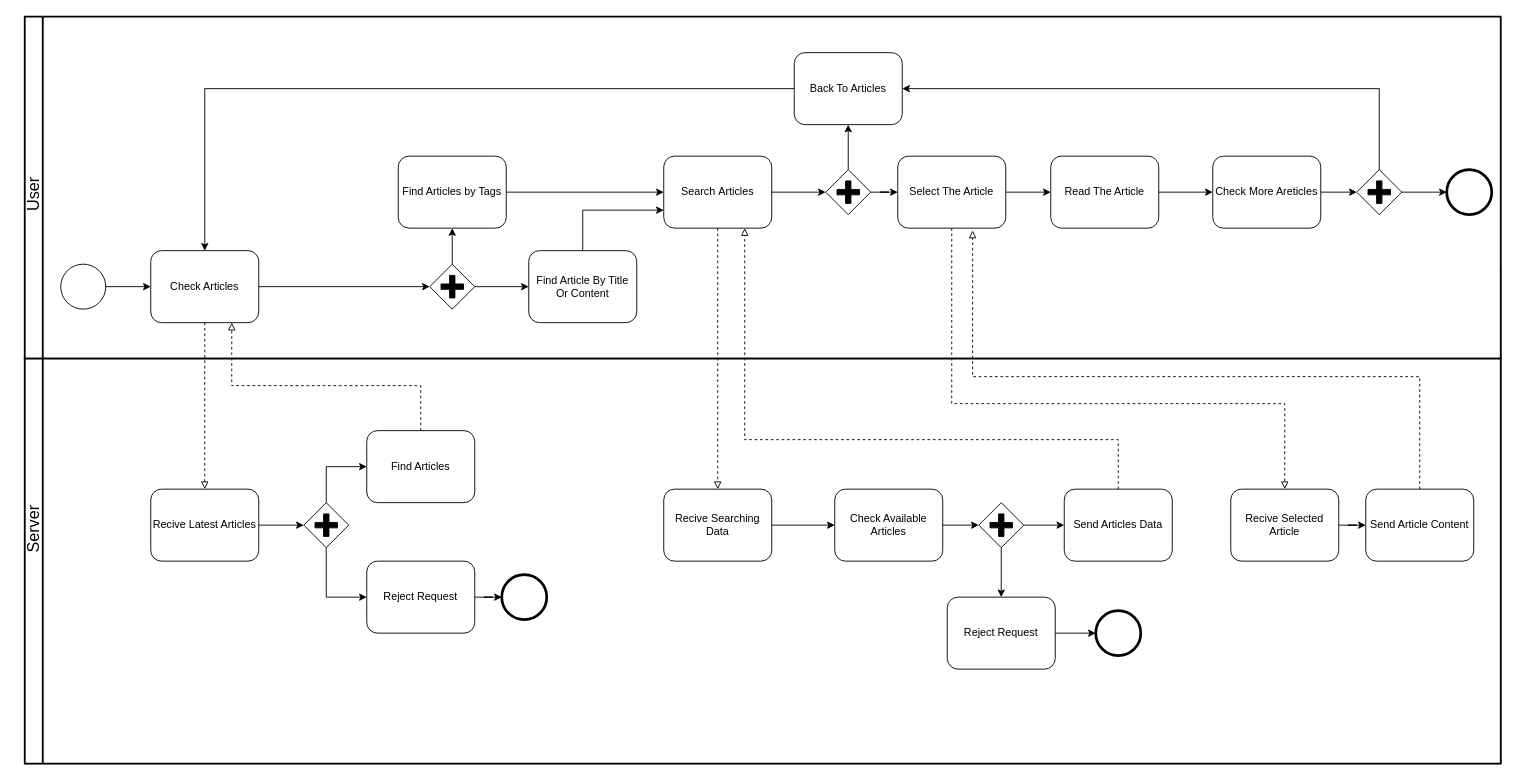
The draw.io diagram Диаграммы/BPMN.drawio in 0hJonny/Diplom_60701_, before the edit. Source tidied: cells renumbered, new cells numbered last; positions are measured from the earlier drawing's top-left corner, leaving out a move shared by most shapes. Both pictures are drawn from the tidied source at 90%, with x=0, y=0 at pixel (-3, 16).
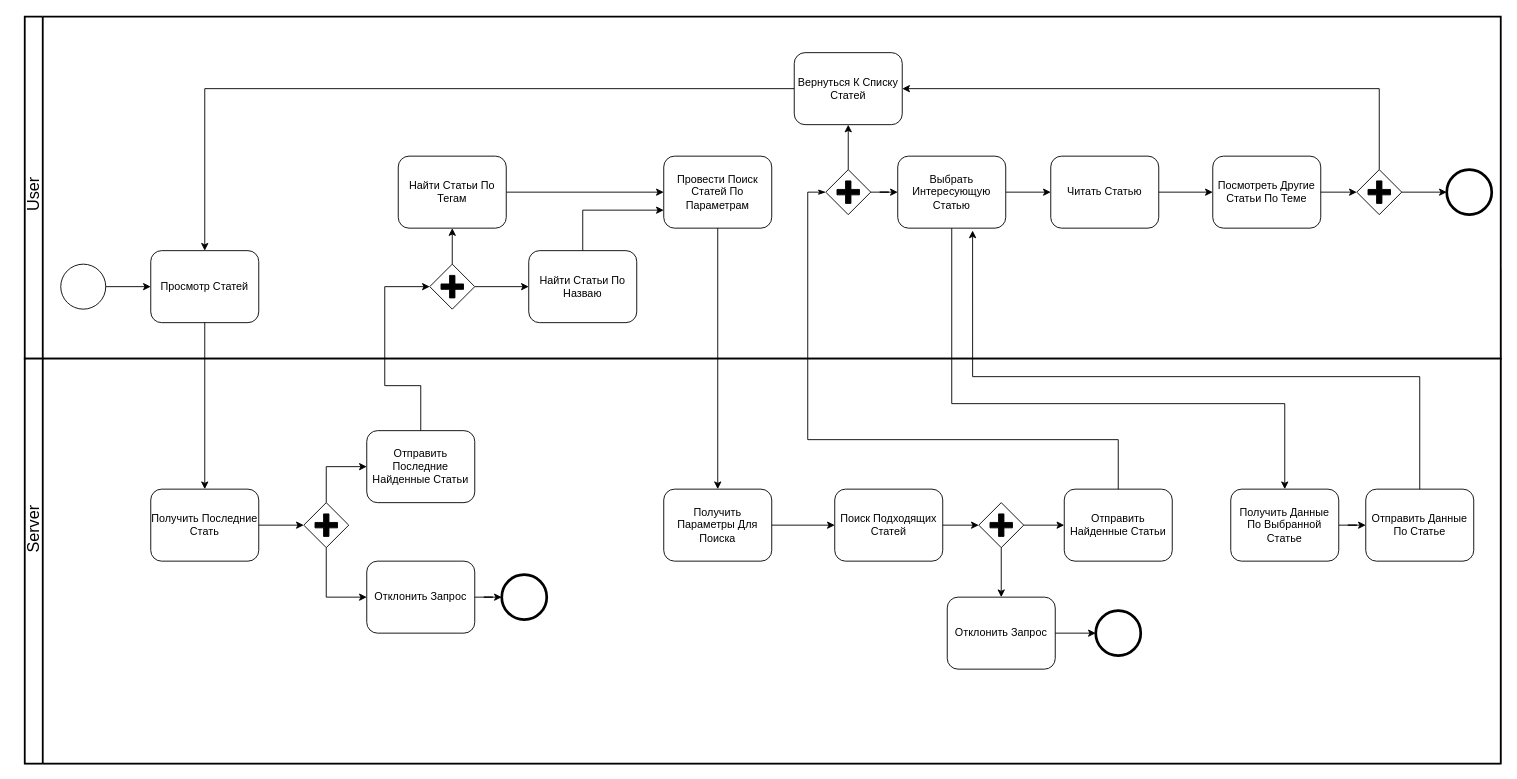
Above is the later version.

The change refers to these unchanged cells:
```xml
<mxCell id="2" style="swimlane;html=1;startSize=20;fontStyle=0;horizontal=0;swimlaneLine=0;fillColor=none;whiteSpace=wrap;" parent="1" vertex="1">
  <mxGeometry x="30" y="280" width="1640" height="550" as="geometry" />
</mxCell>
<mxCell id="3" style="swimlane;html=1;startSize=20;fontStyle=0;horizontal=0;swimlaneLine=1;swimlaneFillColor=#ffffff;strokeWidth=2;whiteSpace=wrap;" parent="2" vertex="1">
  <mxGeometry y="-280" width="1640" height="380" as="geometry" />
</mxCell>
<mxCell id="17" style="points=[[0.25,0.25,0],[0.5,0,0],[0.75,0.25,0],[1,0.5,0],[0.75,0.75,0],[0.5,1,0],[0.25,0.75,0],[0,0.5,0]];shape=mxgraph.bpmn.gateway2;html=1;verticalLabelPosition=bottom;labelBackgroundColor=#ffffff;verticalAlign=top;align=center;perimeter=rhombusPerimeter;outlineConnect=0;outline=none;symbol=none;gwType=parallel;" parent="3" vertex="1">
  <mxGeometry x="450" y="275" width="50" height="50" as="geometry" />
</mxCell>
<mxCell id="18" style="points=[[0.25,0.25,0],[0.5,0,0],[0.75,0.25,0],[1,0.5,0],[0.75,0.75,0],[0.5,1,0],[0.25,0.75,0],[0,0.5,0]];shape=mxgraph.bpmn.gateway2;html=1;verticalLabelPosition=bottom;labelBackgroundColor=#ffffff;verticalAlign=top;align=center;perimeter=rhombusPerimeter;outlineConnect=0;outline=none;symbol=none;gwType=parallel;" parent="3" vertex="1">
  <mxGeometry x="890" y="170" width="50" height="50" as="geometry" />
</mxCell>
<mxCell id="33" style="swimlane;html=1;startSize=20;fontStyle=0;horizontal=0;swimlaneLine=1;swimlaneFillColor=#ffffff;strokeWidth=2;whiteSpace=wrap;" parent="2" vertex="1">
  <mxGeometry y="100" width="1640" height="450" as="geometry" />
</mxCell>
```

Diff of the diagram source:
```diff
@@
-    <mxCell id="5" value="Check Articles" style="shape=ext;rounded=1;html=1;whiteSpace=wrap;" parent="3" vertex="1">
+    <mxCell id="5" value="Просмотр Статей" style="shape=ext;rounded=1;html=1;whiteSpace=wrap;" parent="3" vertex="1">
       <mxGeometry x="140" y="260" width="120" height="80" as="geometry" />
     </mxCell>
@@
-    <mxCell id="7" value="Search&amp;nbsp;Articles" style="shape=ext;rounded=1;html=1;whiteSpace=wrap;" parent="3" vertex="1">
+    <mxCell id="7" value="Провести Поиск Статей По Параметрам" style="shape=ext;rounded=1;html=1;whiteSpace=wrap;" parent="3" vertex="1">
       <mxGeometry x="710" y="155" width="120" height="80" as="geometry" />
     </mxCell>
@@
-    <mxCell id="9" value="Find Articles by Tags" style="shape=ext;rounded=1;html=1;whiteSpace=wrap;" parent="3" vertex="1">
+    <mxCell id="9" value="Найти Статьи По Тегам" style="shape=ext;rounded=1;html=1;whiteSpace=wrap;" parent="3" vertex="1">
       <mxGeometry x="415" y="155" width="120" height="80" as="geometry" />
     </mxCell>
@@
-    <mxCell id="11" value="Find Article By Title Or Content" style="shape=ext;rounded=1;html=1;whiteSpace=wrap;" parent="3" vertex="1">
+    <mxCell id="11" value="Найти Статьи По Назваю" style="shape=ext;rounded=1;html=1;whiteSpace=wrap;" parent="3" vertex="1">
       <mxGeometry x="560" y="260" width="120" height="80" as="geometry" />
     </mxCell>
-    <mxCell id="12" value="Read The Article" style="shape=ext;rounded=1;html=1;whiteSpace=wrap;" parent="3" vertex="1">
+    <mxCell id="12" value="Читать Статью" style="shape=ext;rounded=1;html=1;whiteSpace=wrap;" parent="3" vertex="1">
       <mxGeometry x="1140" y="155" width="120" height="80" as="geometry" />
     </mxCell>
@@
-    <mxCell id="14" style="edgeStyle=orthogonalEdgeStyle;rounded=0;jettySize=auto;html=1;entryX=0;entryY=0.5;entryDx=0;entryDy=0;entryPerimeter=0;" parent="3" edge="1" source="5" target="17">
-      <mxGeometry relative="1" as="geometry" />
-    </mxCell>
@@
-    <mxCell id="19" style="edgeStyle=orthogonalEdgeStyle;rounded=0;jettySize=auto;html=1;entryX=0;entryY=0.5;entryDx=0;entryDy=0;entryPerimeter=0;" parent="3" edge="1" source="7" target="18">
-      <mxGeometry relative="1" as="geometry" />
-    </mxCell>
@@
-    <mxCell id="21" value="Select The Article" style="shape=ext;rounded=1;html=1;whiteSpace=wrap;" parent="3" vertex="1">
+    <mxCell id="21" value="Выбрать Интересующую Статью" style="shape=ext;rounded=1;html=1;whiteSpace=wrap;" parent="3" vertex="1">
       <mxGeometry x="970" y="155" width="120" height="80" as="geometry" />
     </mxCell>
@@
-    <mxCell id="24" value="Back To Articles" style="shape=ext;rounded=1;html=1;whiteSpace=wrap;" parent="3" vertex="1">
+    <mxCell id="24" value="Вернуться К Списку Статей" style="shape=ext;rounded=1;html=1;whiteSpace=wrap;" parent="3" vertex="1">
       <mxGeometry x="855" y="40" width="120" height="80" as="geometry" />
     </mxCell>
@@
-    <mxCell id="26" value="Check More Areticles" style="shape=ext;rounded=1;html=1;whiteSpace=wrap;" parent="3" vertex="1">
+    <mxCell id="26" value="Посмотреть Другие Статьи По Теме" style="shape=ext;rounded=1;html=1;whiteSpace=wrap;" parent="3" vertex="1">
       <mxGeometry x="1320" y="155" width="120" height="80" as="geometry" />
     </mxCell>
@@
-    <mxCell id="34" value="Recive Latest Articles" style="shape=ext;rounded=1;html=1;whiteSpace=wrap;" parent="33" vertex="1">
+    <mxCell id="34" value="Получить Последние Стать" style="shape=ext;rounded=1;html=1;whiteSpace=wrap;" parent="33" vertex="1">
       <mxGeometry x="140" y="145" width="120" height="80" as="geometry" />
     </mxCell>
@@
-    <mxCell id="37" value="Find Articles" style="shape=ext;rounded=1;html=1;whiteSpace=wrap;" parent="33" vertex="1">
+    <mxCell id="37" value="Отправить Последние Найденные Статьи" style="shape=ext;rounded=1;html=1;whiteSpace=wrap;" parent="33" vertex="1">
       <mxGeometry x="380" y="80" width="120" height="80" as="geometry" />
     </mxCell>
@@
-    <mxCell id="40" value="Reject Request" style="shape=ext;rounded=1;html=1;whiteSpace=wrap;" parent="33" vertex="1">
+    <mxCell id="40" value="Отклонить Запрос" style="shape=ext;rounded=1;html=1;whiteSpace=wrap;" parent="33" vertex="1">
       <mxGeometry x="380" y="225" width="120" height="80" as="geometry" />
     </mxCell>
@@
-    <mxCell id="43" value="Recive Searching Data" style="shape=ext;rounded=1;html=1;whiteSpace=wrap;" parent="33" vertex="1">
+    <mxCell id="43" value="Получить Параметры Для Поиска" style="shape=ext;rounded=1;html=1;whiteSpace=wrap;" parent="33" vertex="1">
       <mxGeometry x="710" y="145" width="120" height="80" as="geometry" />
     </mxCell>
-    <mxCell id="44" value="Check Available Articles" style="shape=ext;rounded=1;html=1;whiteSpace=wrap;" parent="33" vertex="1">
+    <mxCell id="44" value="Поиск Подходящих Статей" style="shape=ext;rounded=1;html=1;whiteSpace=wrap;" parent="33" vertex="1">
       <mxGeometry x="900" y="145" width="120" height="80" as="geometry" />
     </mxCell>
@@
-    <mxCell id="48" value="Reject Request" style="shape=ext;rounded=1;html=1;whiteSpace=wrap;" parent="33" vertex="1">
+    <mxCell id="48" value="Отклонить Запрос" style="shape=ext;rounded=1;html=1;whiteSpace=wrap;" parent="33" vertex="1">
       <mxGeometry x="1025" y="265" width="120" height="80" as="geometry" />
     </mxCell>
@@
-    <mxCell id="52" value="Send Articles Data" style="shape=ext;rounded=1;html=1;whiteSpace=wrap;" parent="33" vertex="1">
+    <mxCell id="52" value="Отправить Найденные Статьи" style="shape=ext;rounded=1;html=1;whiteSpace=wrap;" parent="33" vertex="1">
       <mxGeometry x="1155" y="145" width="120" height="80" as="geometry" />
     </mxCell>
@@
-    <mxCell id="56" value="Recive Selected Article" style="shape=ext;rounded=1;html=1;whiteSpace=wrap;" parent="33" vertex="1">
+    <mxCell id="56" value="Получить Данные По Выбранной Статье" style="shape=ext;rounded=1;html=1;whiteSpace=wrap;" parent="33" vertex="1">
       <mxGeometry x="1340" y="145" width="120" height="80" as="geometry" />
     </mxCell>
-    <mxCell id="57" value="Send Article Content" style="shape=ext;rounded=1;html=1;whiteSpace=wrap;" parent="33" vertex="1">
+    <mxCell id="57" value="Отправить Данные По Статье" style="shape=ext;rounded=1;html=1;whiteSpace=wrap;" parent="33" vertex="1">
       <mxGeometry x="1490" y="145" width="120" height="80" as="geometry" />
     </mxCell>
-    <mxCell id="58" style="edgeStyle=orthogonalEdgeStyle;rounded=0;jettySize=auto;html=1;entryX=0.5;entryY=0;entryDx=0;entryDy=0;dashed=1;endArrow=block;endFill=0;" parent="2" edge="1" source="5" target="34">
+    <mxCell id="58" style="edgeStyle=orthogonalEdgeStyle;rounded=0;jettySize=auto;html=1;entryX=0.5;entryY=0;entryDx=0;entryDy=0;endArrow=classic;endFill=1;" parent="2" edge="1" source="5" target="34">
       <mxGeometry relative="1" as="geometry" />
     </mxCell>
-    <mxCell id="59" style="edgeStyle=orthogonalEdgeStyle;rounded=0;jettySize=auto;html=1;entryX=0.75;entryY=1;entryDx=0;entryDy=0;dashed=1;endArrow=block;endFill=0;" parent="2" edge="1" source="37" target="5">
+    <mxCell id="59" style="edgeStyle=orthogonalEdgeStyle;rounded=0;jettySize=auto;html=1;entryX=0;entryY=0.5;entryDx=0;entryDy=0;endArrow=classic;endFill=1;entryPerimeter=0;" parent="2" edge="1" source="37" target="17">
       <mxGeometry relative="1" as="geometry">
         <Array as="points">
           <mxPoint x="440" y="130" />
-          <mxPoint x="230" y="130" />
+          <mxPoint x="400" y="130" />
+          <mxPoint x="400" y="20" />
         </Array>
       </mxGeometry>
     </mxCell>
-    <mxCell id="60" style="edgeStyle=orthogonalEdgeStyle;rounded=0;jettySize=auto;html=1;dashed=1;endArrow=block;endFill=0;" parent="2" edge="1" source="7" target="43">
+    <mxCell id="60" style="edgeStyle=orthogonalEdgeStyle;rounded=0;jettySize=auto;html=1;endArrow=classic;endFill=1;" parent="2" edge="1" source="7" target="43">
       <mxGeometry relative="1" as="geometry" />
     </mxCell>
-    <mxCell id="61" style="edgeStyle=orthogonalEdgeStyle;rounded=0;jettySize=auto;html=1;entryX=0.75;entryY=1;entryDx=0;entryDy=0;dashed=1;endArrow=block;endFill=0;" parent="2" edge="1" source="52" target="7">
+    <mxCell id="61" style="edgeStyle=orthogonalEdgeStyle;rounded=0;jettySize=auto;html=1;entryX=0;entryY=0.5;entryDx=0;entryDy=0;endArrow=classicThin;endFill=1;entryPerimeter=0;" parent="2" edge="1" source="52" target="18">
       <mxGeometry relative="1" as="geometry">
         <Array as="points">
           <mxPoint x="1215" y="190" />
-          <mxPoint x="800" y="190" />
+          <mxPoint x="870" y="190" />
+          <mxPoint x="870" y="-85" />
         </Array>
       </mxGeometry>
     </mxCell>
-    <mxCell id="62" style="edgeStyle=orthogonalEdgeStyle;rounded=0;jettySize=auto;html=1;entryX=0.5;entryY=0;entryDx=0;entryDy=0;dashed=1;endArrow=block;endFill=0;" parent="2" edge="1" source="21" target="56">
+    <mxCell id="62" style="edgeStyle=orthogonalEdgeStyle;rounded=0;jettySize=auto;html=1;entryX=0.5;entryY=0;entryDx=0;entryDy=0;endArrow=classic;endFill=1;" parent="2" edge="1" source="21" target="56">
       <mxGeometry relative="1" as="geometry">
         <Array as="points">
           <mxPoint x="1030" y="150" />
           <mxPoint x="1400" y="150" />
         </Array>
       </mxGeometry>
     </mxCell>
-    <mxCell id="63" style="edgeStyle=orthogonalEdgeStyle;rounded=0;jettySize=auto;html=1;entryX=0.693;entryY=1.033;entryDx=0;entryDy=0;entryPerimeter=0;dashed=1;endArrow=block;endFill=0;" parent="2" edge="1" source="57" target="21">
+    <mxCell id="63" style="edgeStyle=orthogonalEdgeStyle;rounded=0;jettySize=auto;html=1;entryX=0.693;entryY=1.033;entryDx=0;entryDy=0;entryPerimeter=0;endArrow=classic;endFill=1;" parent="2" edge="1" source="57" target="21">
       <mxGeometry relative="1" as="geometry">
         <Array as="points">
           <mxPoint x="1550" y="120" />
           <mxPoint x="1053" y="120" />
         </Array>
       </mxGeometry>
     </mxCell>
```
